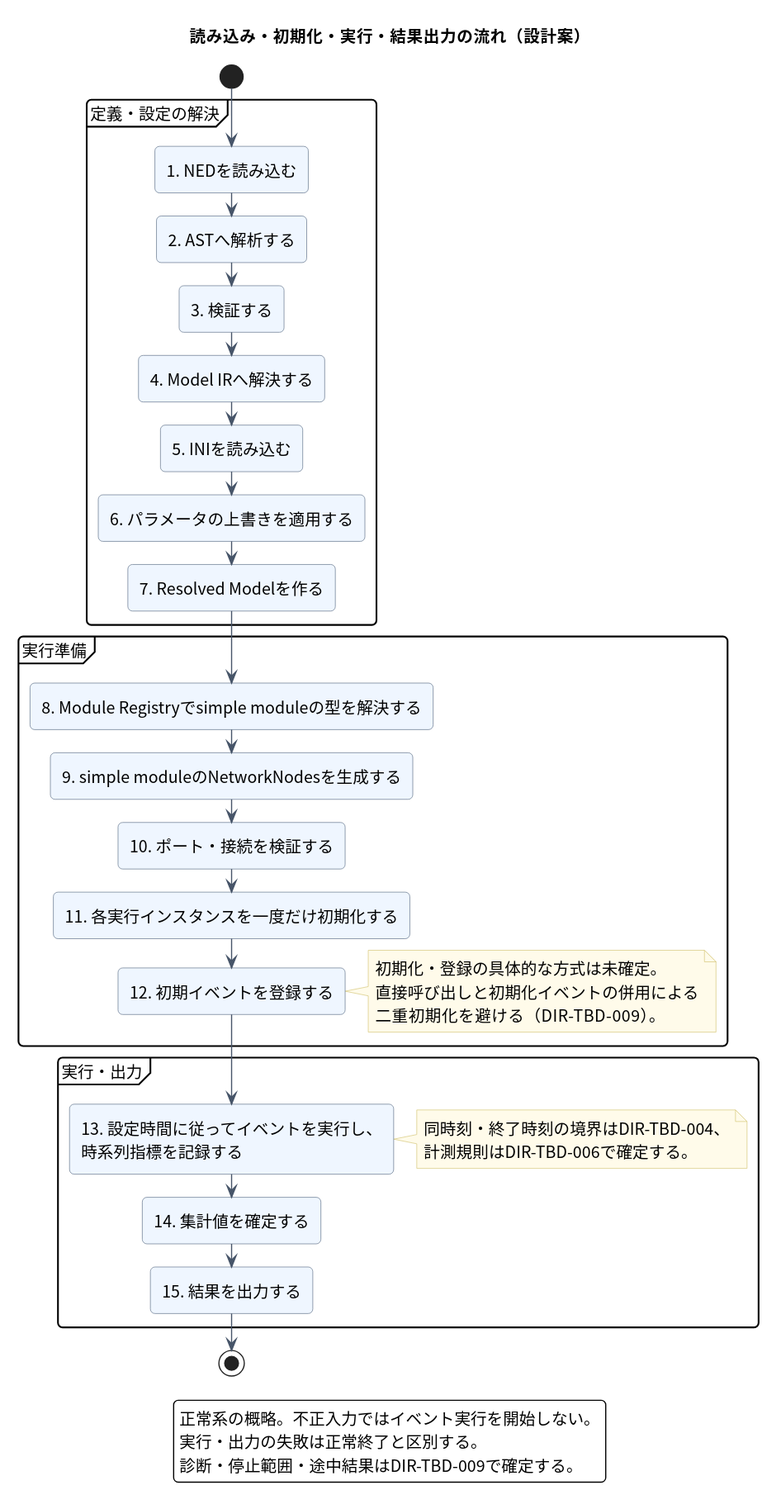
Above: docs/diagrams/architecture/architecture--runtime-lifecycle--activity.svg in hideki-ozu/DIR-Simulator (PlantUML), before the change.
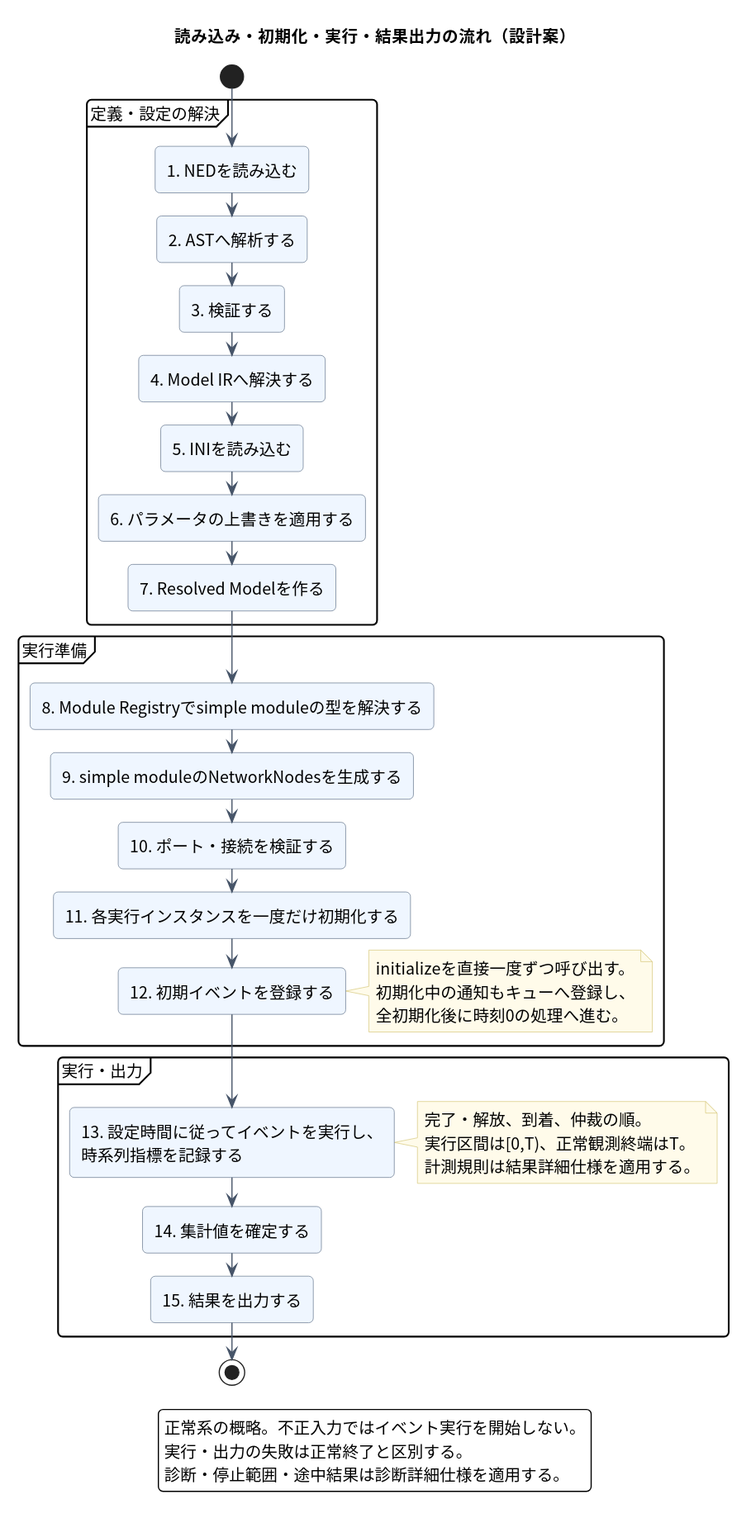
After the change.

The edit, as a diff of the source:
```diff
@@ -39,17 +39,18 @@
   :11. 各実行インスタンスを一度だけ初期化する;
   :12. 初期イベントを登録する;
   note right
-    初期化・登録の具体的な方式は未確定。
-    直接呼び出しと初期化イベントの併用による
-    二重初期化を避ける（DIR-TBD-009）。
+    initializeを直接一度ずつ呼び出す。
+    初期化中の通知もキューへ登録し、
+    全初期化後に時刻0の処理へ進む。
   end note
 }
 partition "実行・出力" {
   :13. 設定時間に従ってイベントを実行し、
 時系列指標を記録する;
   note right
-    同時刻・終了時刻の境界はDIR-TBD-004、
-    計測規則はDIR-TBD-006で確定する。
+    完了・解放、到着、仲裁の順。
+    実行区間は[0,T)、正常観測終端はT。
+    計測規則は結果詳細仕様を適用する。
   end note
   :14. 集計値を確定する;
   :15. 結果を出力する;
@@ -58,6 +59,6 @@
 legend bottom
   正常系の概略。不正入力ではイベント実行を開始しない。
   実行・出力の失敗は正常終了と区別する。
-  診断・停止範囲・途中結果はDIR-TBD-009で確定する。
+  診断・停止範囲・途中結果は診断詳細仕様を適用する。
 endlegend
 @enduml
```
